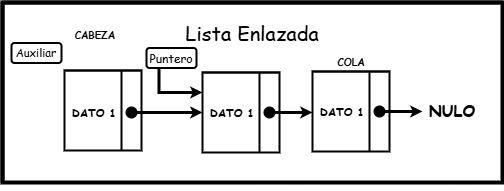
This is Imagenes (Hacer caso omiso)/octavo diagrama.png from Badjavii/Documentacion-Algoritmos-y-ED, a draw.io export, as it was before one commit. Source tidied: cells renumbered, new cells last; positions are measured from the earlier drawing's top-left corner, leaving out a move shared by most shapes.
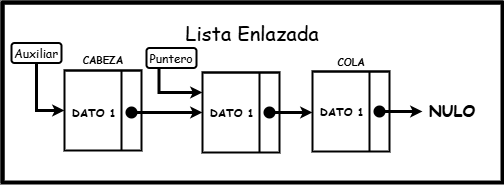
Later version of the same file.

Commit message:
prueba pruebaaaa

The edit, as a diff of the source:
```diff
@@ -18,7 +18,7 @@
       <mxGeometry x="69" y="104" width="45.5" height="10" as="geometry" />
     </mxCell>
     <mxCell id="7" value="&lt;font size=&quot;1&quot; face=&quot;Comic Sans MS&quot;&gt;&lt;b&gt;CABEZA&lt;/b&gt;&lt;/font&gt;" style="text;html=1;align=center;verticalAlign=middle;whiteSpace=wrap;rounded=0;fontSize=16;" parent="1" vertex="1">
-      <mxGeometry x="59" y="20.5" width="68" height="20" as="geometry" />
+      <mxGeometry x="66.5" y="45.5" width="68" height="20" as="geometry" />
     </mxCell>
     <mxCell id="8" style="edgeStyle=orthogonalEdgeStyle;rounded=0;jettySize=auto;html=1;exitX=0.25;exitY=1;exitDx=0;exitDy=0;entryX=0;entryY=0.25;entryDx=0;entryDy=0;strokeWidth=3;endSize=3;" parent="1" edge="1" source="9" target="12">
       <mxGeometry relative="1" as="geometry" />
@@ -64,7 +64,14 @@
     <mxCell id="21" value="&lt;font size=&quot;1&quot; face=&quot;Comic Sans MS&quot;&gt;&lt;b&gt;COLA&lt;/b&gt;&lt;/font&gt;" style="text;html=1;align=center;verticalAlign=middle;whiteSpace=wrap;rounded=0;fontSize=16;" parent="1" vertex="1">
       <mxGeometry x="314.5" y="48" width="68" height="20" as="geometry" />
     </mxCell>
+    <mxCell id="23" style="edgeStyle=none;curved=0;rounded=0;jettySize=auto;html=1;entryX=0;entryY=0.5;entryDx=0;entryDy=0;fontSize=12;startSize=8;endSize=3;strokeWidth=3;" parent="1" edge="1" source="22" target="4">
+      <mxGeometry relative="1" as="geometry">
+        <Array as="points">
+          <mxPoint x="34" y="108" />
+        </Array>
+      </mxGeometry>
+    </mxCell>
-    <mxCell id="22" value="&lt;font style=&quot;font-size: 11px;&quot; face=&quot;Comic Sans MS&quot;&gt;Auxiliar&lt;/font&gt;" style="rounded=1;whiteSpace=wrap;html=1;strokeWidth=2;" parent="1" vertex="1">
+    <mxCell id="22" value="&lt;font face=&quot;Comic Sans MS&quot;&gt;Auxiliar&lt;/font&gt;" style="rounded=1;whiteSpace=wrap;html=1;strokeWidth=2;" parent="1" vertex="1">
       <mxGeometry x="9" y="40.5" width="50" height="20" as="geometry" />
     </mxCell>
   </root>
```
